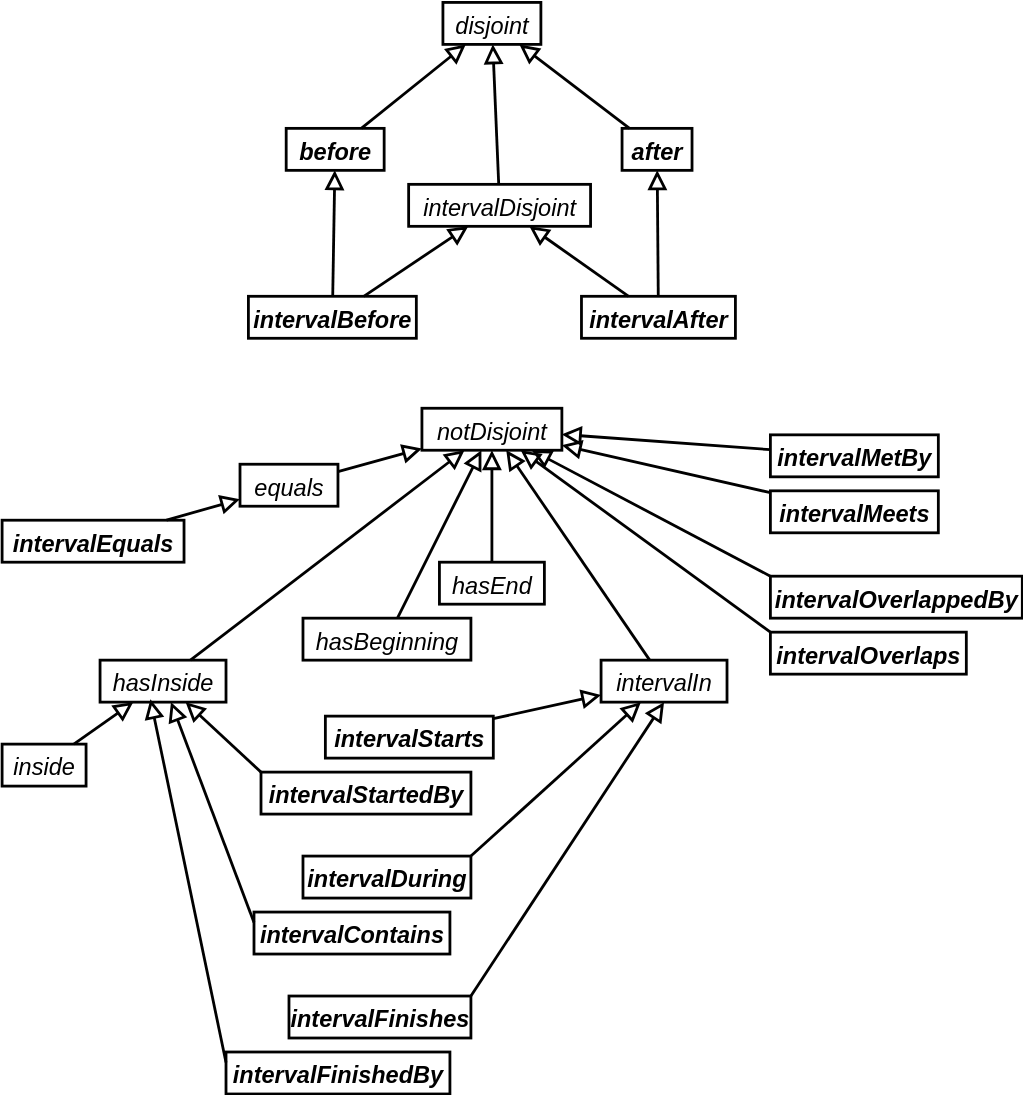
w3c/sdw-time keeps this draw.io diagram as images/topology-properties.svg. Above is the earlier version. Source tidied: cells renumbered, new cells last; positions are measured from the earlier drawing's top-left corner, leaving out a move shared by most shapes.
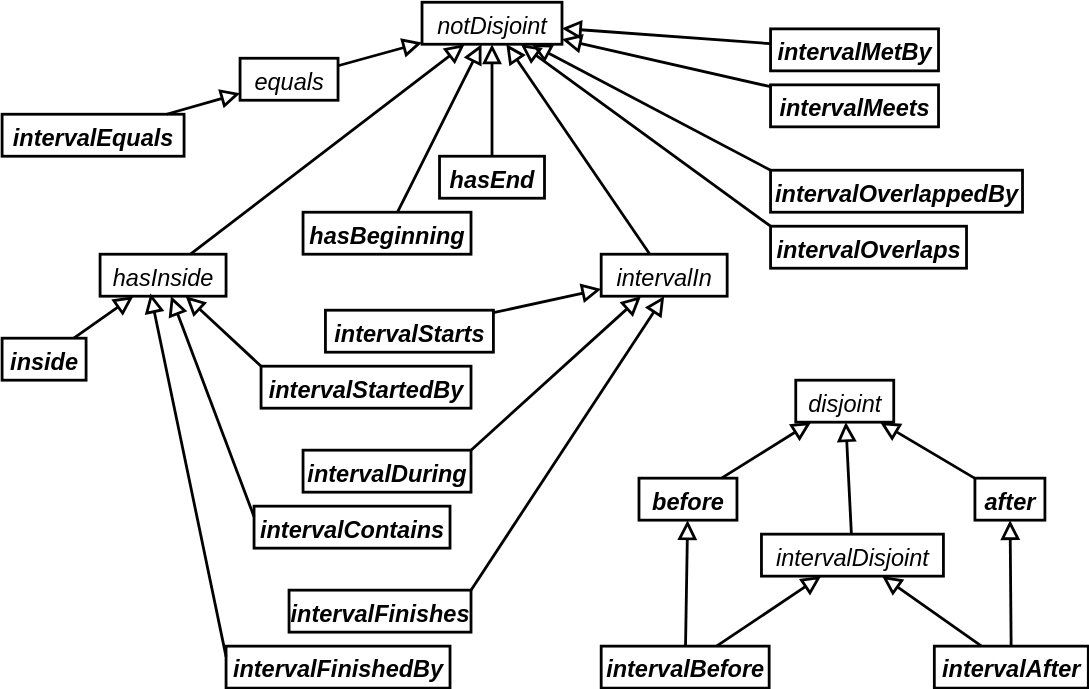
After the commit.

Change to the diagram source:
```diff
@@ -6,25 +6,25 @@
       <mxGeometry x="300" y="290" width="100" height="30" as="geometry" />
     </mxCell>
     <mxCell id="3" value="disjoint" style="html=1;overflow=block;blockSpacing=1;whiteSpace=wrap;fontSize=16.8;fontColor=default;align=center;spacing=0;strokeOpacity=100;fillColor=none;strokeWidth=2;strokeColor=default;convertToSvg=1;fontStyle=2;" parent="1" vertex="1">
-      <mxGeometry x="315" width="70" height="30" as="geometry" />
+      <mxGeometry x="567" y="560" width="70" height="30" as="geometry" />
     </mxCell>
     <mxCell id="4" style="html=1;jettySize=18;whiteSpace=wrap;fontSize=13;strokeColor=default;strokeOpacity=100;fixDash=1;strokeWidth=2;rounded=0;startArrow=none;endArrow=block;lucidId=XvNQ3zJcAKRb;endFill=0;endSize=9;fontColor=default;convertToSvg=1;fontStyle=2;" parent="1" edge="1" source="5" target="3">
       <mxGeometry relative="1" as="geometry" />
     </mxCell>
     <mxCell id="5" value="before" style="html=1;overflow=block;blockSpacing=1;whiteSpace=wrap;fontSize=16.8;fontColor=default;align=center;spacing=0;strokeOpacity=100;fillColor=none;strokeWidth=2;strokeColor=default;convertToSvg=1;fontStyle=3;" parent="1" vertex="1">
-      <mxGeometry x="203" y="90" width="70" height="30" as="geometry" />
+      <mxGeometry x="455" y="630" width="70" height="30" as="geometry" />
     </mxCell>
     <mxCell id="6" style="html=1;jettySize=18;whiteSpace=wrap;fontSize=13;strokeColor=default;strokeOpacity=100;fixDash=1;strokeWidth=2;rounded=0;startArrow=none;endArrow=block;lucidId=XvNQ3zJcAKRb;endFill=0;endSize=9;fontColor=default;convertToSvg=1;fontStyle=2;" parent="1" edge="1" source="13" target="5">
       <mxGeometry relative="1" as="geometry" />
     </mxCell>
     <mxCell id="7" value="after" style="html=1;overflow=block;blockSpacing=1;whiteSpace=wrap;fontSize=16.8;fontColor=default;align=center;spacing=0;strokeOpacity=100;fillColor=none;strokeWidth=2;strokeColor=default;convertToSvg=1;fontStyle=3;" parent="1" vertex="1">
-      <mxGeometry x="443" y="90" width="50" height="30" as="geometry" />
+      <mxGeometry x="695" y="630" width="50" height="30" as="geometry" />
     </mxCell>
     <mxCell id="8" style="html=1;jettySize=18;whiteSpace=wrap;fontSize=13;strokeColor=default;strokeOpacity=100;fixDash=1;strokeWidth=2;rounded=0;startArrow=none;endArrow=block;lucidId=XvNQ3zJcAKRb;endFill=0;endSize=9;fontColor=default;convertToSvg=1;fontStyle=2;" parent="1" edge="1" source="14" target="7">
       <mxGeometry relative="1" as="geometry" />
     </mxCell>
     <mxCell id="9" value="intervalDisjoint" style="html=1;overflow=block;blockSpacing=1;whiteSpace=wrap;fontSize=16.8;fontColor=default;align=center;spacing=0;strokeOpacity=100;fillColor=none;strokeWidth=2;strokeColor=default;convertToSvg=1;fontStyle=2;" parent="1" vertex="1">
-      <mxGeometry x="290.5" y="130" width="130" height="30" as="geometry" />
+      <mxGeometry x="542.5" y="670" width="130" height="30" as="geometry" />
     </mxCell>
     <mxCell id="10" style="html=1;jettySize=18;whiteSpace=wrap;fontSize=13;strokeColor=default;strokeOpacity=100;fixDash=1;strokeWidth=2;rounded=0;startArrow=none;endArrow=block;lucidId=XvNQ3zJcAKRb;endFill=0;endSize=9;fontColor=default;convertToSvg=1;fontStyle=2;" parent="1" edge="1" source="13" target="9">
       <mxGeometry relative="1" as="geometry" />
@@ -36,10 +36,10 @@
       <mxGeometry relative="1" as="geometry" />
     </mxCell>
     <mxCell id="13" value="intervalBefore" style="html=1;overflow=block;blockSpacing=1;whiteSpace=wrap;fontSize=16.8;fontColor=default;align=center;spacing=0;strokeOpacity=100;fillColor=none;strokeWidth=2;strokeColor=default;convertToSvg=1;fontStyle=3;" parent="1" vertex="1">
-      <mxGeometry x="176" y="210" width="120" height="30" as="geometry" />
+      <mxGeometry x="428" y="750" width="120" height="30" as="geometry" />
     </mxCell>
     <mxCell id="14" value="intervalAfter" style="html=1;overflow=block;blockSpacing=1;whiteSpace=wrap;fontSize=16.8;fontColor=default;align=center;spacing=0;strokeOpacity=100;fillColor=none;strokeWidth=2;strokeColor=default;convertToSvg=1;fontStyle=3;" parent="1" vertex="1">
-      <mxGeometry x="414" y="210" width="110" height="30" as="geometry" />
+      <mxGeometry x="666" y="750" width="110" height="30" as="geometry" />
     </mxCell>
     <mxCell id="15" style="html=1;jettySize=18;whiteSpace=wrap;fontSize=13;strokeColor=default;strokeOpacity=100;fixDash=1;strokeWidth=2;rounded=0;startArrow=none;endArrow=block;lucidId=XvNQ3zJcAKRb;endFill=0;endSize=9;fontColor=default;convertToSvg=1;fontStyle=2;" parent="1" edge="1" source="14" target="9">
       <mxGeometry relative="1" as="geometry" />
@@ -116,7 +116,7 @@
     <mxCell id="39" value="intervalContains" style="html=1;overflow=block;blockSpacing=1;whiteSpace=wrap;fontSize=16.8;fontColor=default;align=center;spacing=0;strokeOpacity=100;fillColor=none;strokeWidth=2;strokeColor=default;convertToSvg=1;fontStyle=3;" parent="1" vertex="1">
       <mxGeometry x="180" y="650" width="140" height="30" as="geometry" />
     </mxCell>
-    <mxCell id="40" value="inside" style="html=1;overflow=block;blockSpacing=1;whiteSpace=wrap;fontSize=16.8;fontColor=default;align=center;spacing=0;strokeOpacity=100;fillColor=none;strokeWidth=2;strokeColor=default;convertToSvg=1;fontStyle=2;" parent="1" vertex="1">
+    <mxCell id="40" value="inside" style="html=1;overflow=block;blockSpacing=1;whiteSpace=wrap;fontSize=16.8;fontColor=default;align=center;spacing=0;strokeOpacity=100;fillColor=none;strokeWidth=2;strokeColor=default;convertToSvg=1;fontStyle=3;" parent="1" vertex="1">
       <mxGeometry y="530" width="60" height="30" as="geometry" />
     </mxCell>
     <mxCell id="41" style="html=1;jettySize=18;whiteSpace=wrap;fontSize=13;strokeColor=default;strokeOpacity=100;fixDash=1;strokeWidth=2;rounded=0;startArrow=none;endArrow=block;lucidId=XvNQ3zJcAKRb;endFill=0;endSize=9;fontColor=default;convertToSvg=1;exitX=0;exitY=0;exitDx=0;exitDy=0;fontStyle=2;" parent="1" edge="1" source="38" target="19">
@@ -131,10 +131,10 @@
     <mxCell id="44" style="html=1;jettySize=18;whiteSpace=wrap;fontSize=13;strokeColor=default;strokeOpacity=100;fixDash=1;strokeWidth=2;rounded=0;startArrow=none;endArrow=block;lucidId=XvNQ3zJcAKRb;endFill=0;endSize=9;fontColor=default;convertToSvg=1;fontStyle=2;" parent="1" edge="1" source="40" target="19">
       <mxGeometry relative="1" as="geometry" />
     </mxCell>
-    <mxCell id="45" value="hasEnd" style="html=1;overflow=block;blockSpacing=1;whiteSpace=wrap;fontSize=16.8;fontColor=default;align=center;spacing=0;strokeOpacity=100;fillColor=none;strokeWidth=2;strokeColor=default;convertToSvg=1;fontStyle=2;" parent="1" vertex="1">
+    <mxCell id="45" value="hasEnd" style="html=1;overflow=block;blockSpacing=1;whiteSpace=wrap;fontSize=16.8;fontColor=default;align=center;spacing=0;strokeOpacity=100;fillColor=none;strokeWidth=2;strokeColor=default;convertToSvg=1;fontStyle=3;" parent="1" vertex="1">
       <mxGeometry x="312.5" y="400" width="75" height="30" as="geometry" />
     </mxCell>
-    <mxCell id="46" value="hasBeginning" style="html=1;overflow=block;blockSpacing=1;whiteSpace=wrap;fontSize=16.8;fontColor=default;align=center;spacing=0;strokeOpacity=100;fillColor=none;strokeWidth=2;strokeColor=default;convertToSvg=1;fontStyle=2;" parent="1" vertex="1">
+    <mxCell id="46" value="hasBeginning" style="html=1;overflow=block;blockSpacing=1;whiteSpace=wrap;fontSize=16.8;fontColor=default;align=center;spacing=0;strokeOpacity=100;fillColor=none;strokeWidth=2;strokeColor=default;convertToSvg=1;fontStyle=3;" parent="1" vertex="1">
       <mxGeometry x="215" y="440" width="120" height="30" as="geometry" />
     </mxCell>
     <mxCell id="47" style="html=1;jettySize=18;whiteSpace=wrap;fontSize=13;strokeColor=default;strokeOpacity=100;fixDash=1;strokeWidth=2;rounded=0;startArrow=none;endArrow=block;lucidId=XvNQ3zJcAKRb;endFill=0;endSize=9;fontColor=default;convertToSvg=1;fontStyle=2;" parent="1" edge="1" source="46" target="2">
```
